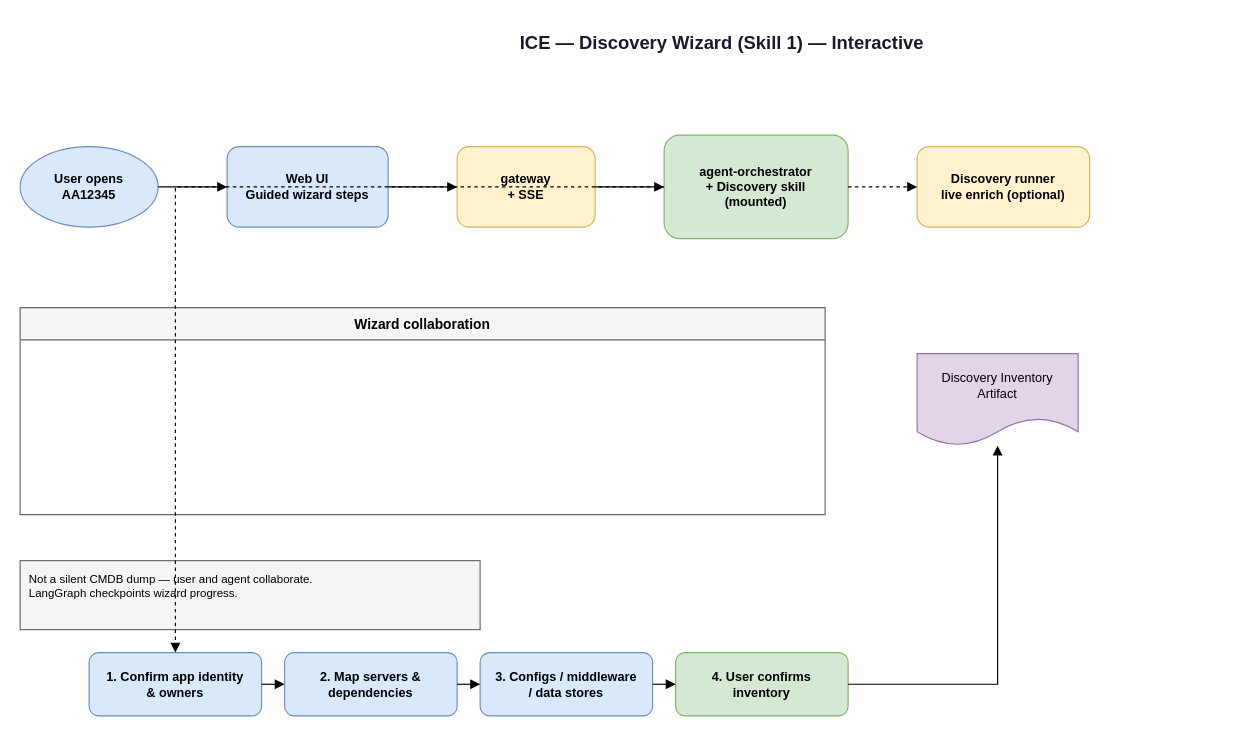
Before: docs/06-discovery-wizard.drawio in shivank22/ICE, a draw.io diagram. Source tidied: cells renumbered, new cells numbered last; positions are measured from the earlier drawing's top-left corner, leaving out a move shared by most shapes. Both pictures are drawn from the tidied source at 115%, with x=0, y=0 at pixel (20, 20).
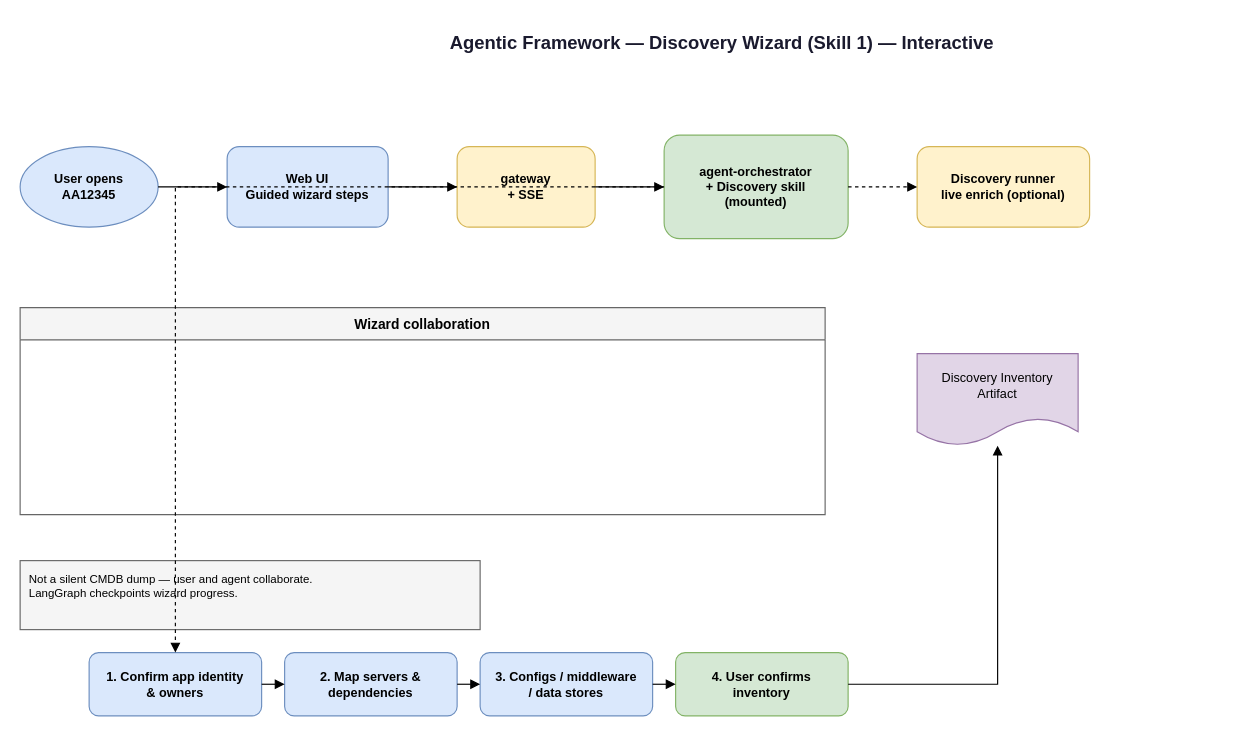
After the change.

Diff of the diagram source:
```diff
@@
-    <mxCell id="2" value="ICE — Discovery Wizard (Skill 1) — Interactive" style="text;html=1;strokeColor=none;fillColor=none;align=center;verticalAlign=middle;fontStyle=1;fontSize=16;fontColor=#1a1a2e;" parent="1" vertex="1">
+    <mxCell id="2" value="Agentic Framework — Discovery Wizard (Skill 1) — Interactive" style="text;html=1;strokeColor=none;fillColor=none;align=center;verticalAlign=middle;fontStyle=1;fontSize=16;fontColor=#1a1a2e;" parent="1" vertex="1">
       <mxGeometry x="160" width="900" height="40" as="geometry" />
     </mxCell>
```
